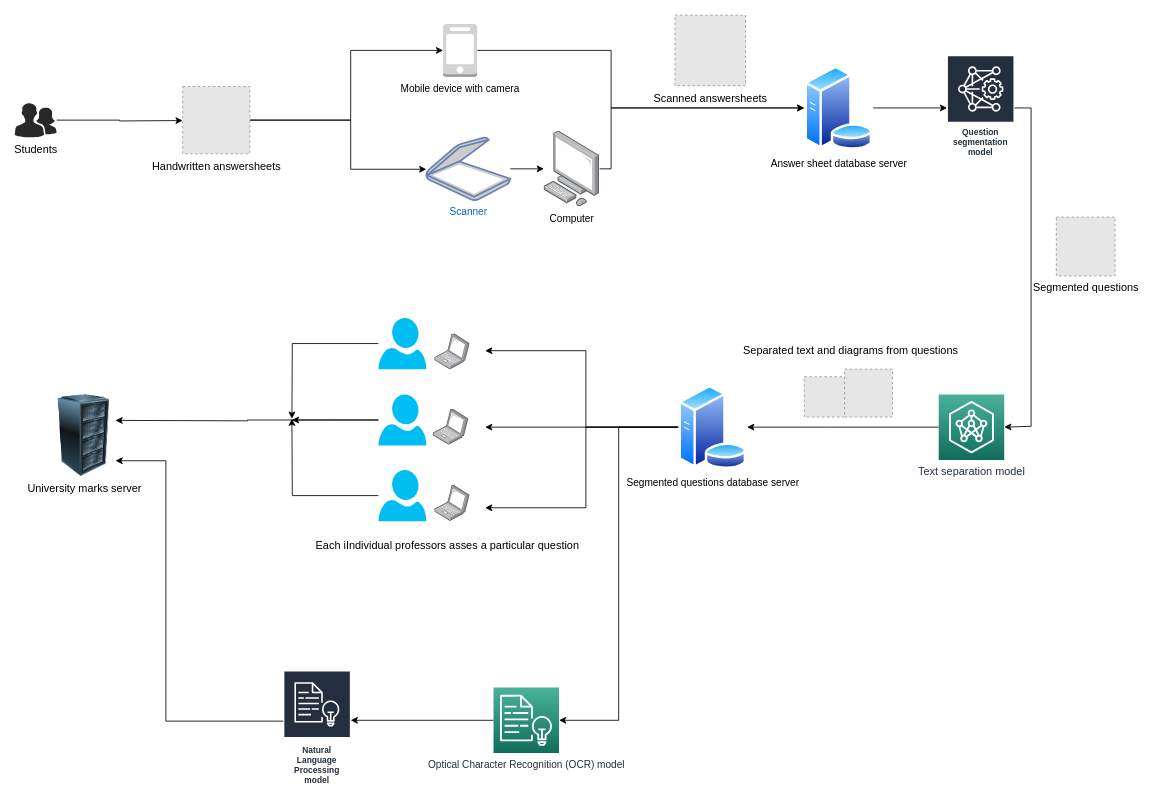
AdityaKane2001/answersheet_automation keeps this draw.io diagram as hardware_diagram.drawio. Above is the earlier version. Source tidied: cells renumbered, new cells numbered last; positions are measured from the earlier drawing's top-left corner, leaving out a move shared by most shapes. Both pictures are drawn from the tidied source at 84%, with x=0, y=0 at pixel (14, 15). Pictures stored in the file or linked from it are replaced by grey dashed boxes.
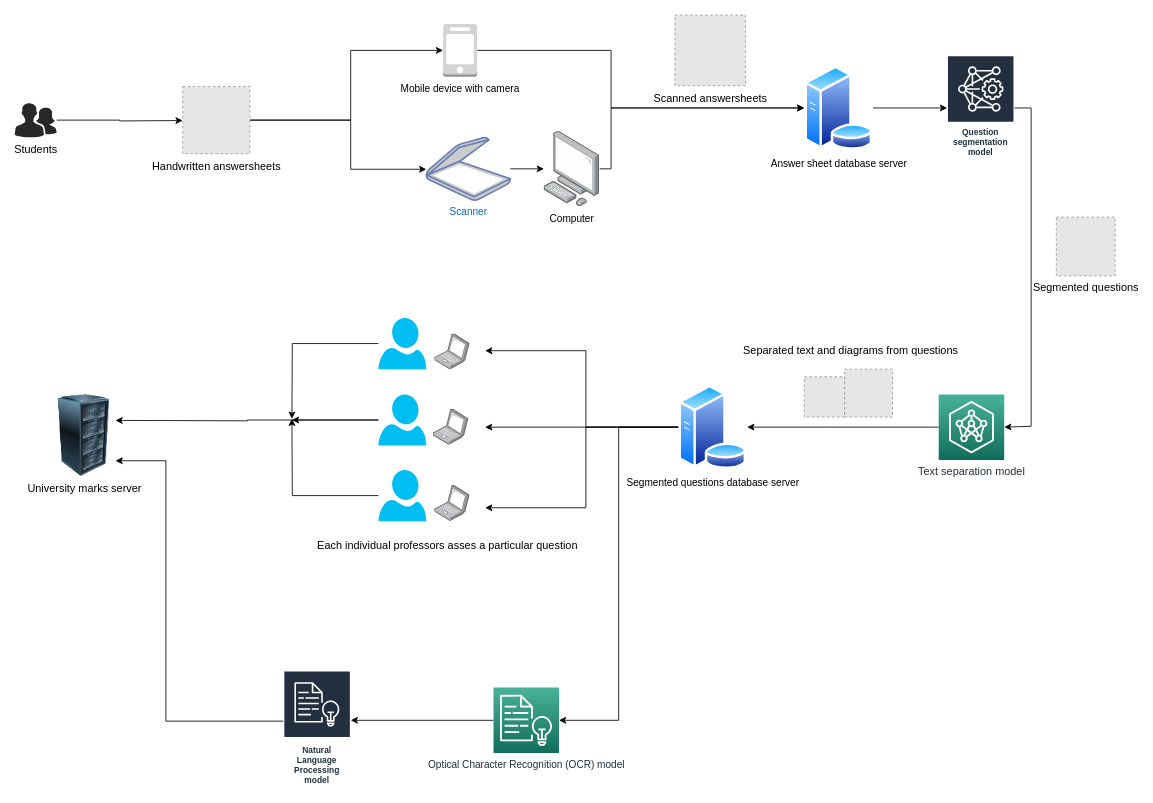
The same page after the edit.

Diff of the diagram source:
```diff
@@
-    <mxCell id="34" value="Each iIndividual professors asses a particular question" style="text;html=1;align=center;verticalAlign=middle;strokeColor=none;fillColor=none;fontSize=13;" parent="1" vertex="1">
+    <mxCell id="34" value="Each individual professors asses a particular question" style="text;html=1;align=center;verticalAlign=middle;strokeColor=none;fillColor=none;fontSize=13;" parent="1" vertex="1">
       <mxGeometry x="350" y="621" width="330" height="20" as="geometry" />
     </mxCell>
```
